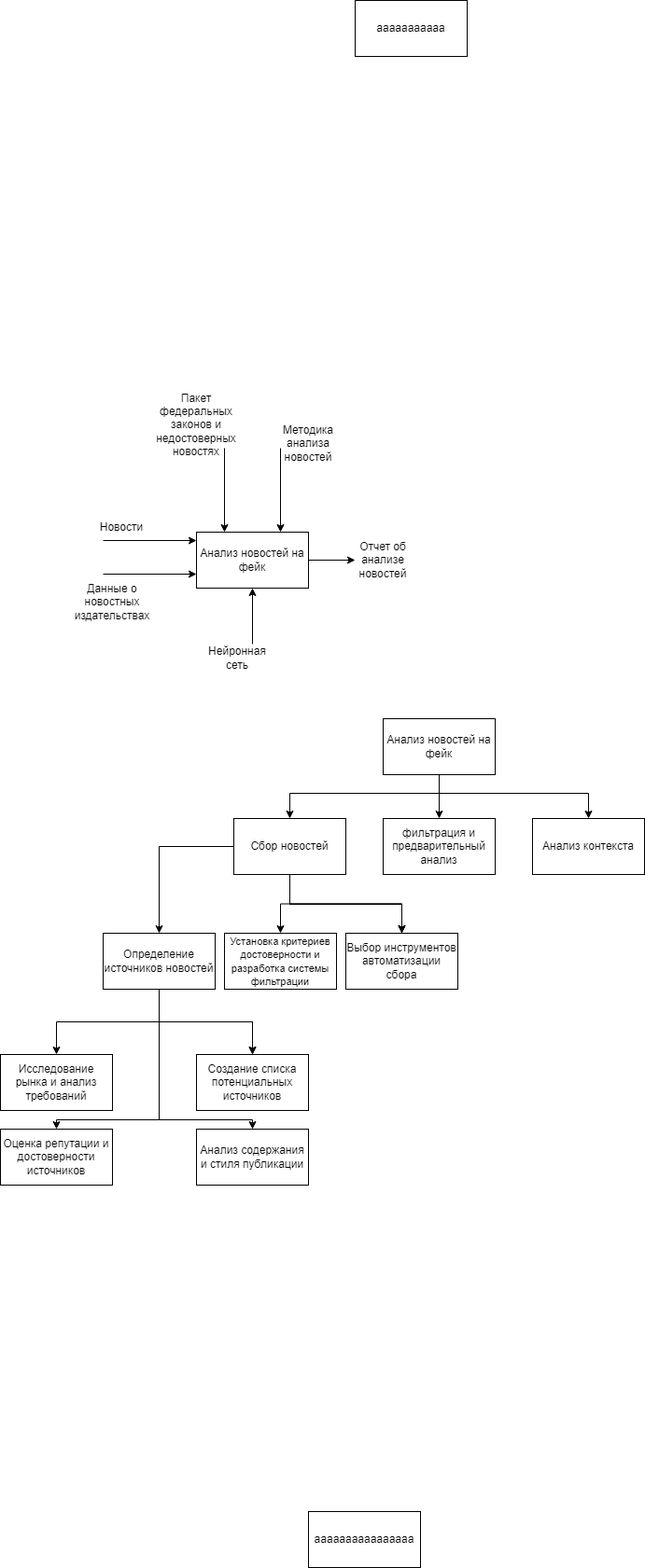
Earlier version of the draw.io export декмопозиця + ЧЯ.drawio.png (IlyaMolchanovv/TPPO). Source tidied: cells renumbered, new cells last; positions are measured from the earlier drawing's top-left corner, leaving out a move shared by most shapes.
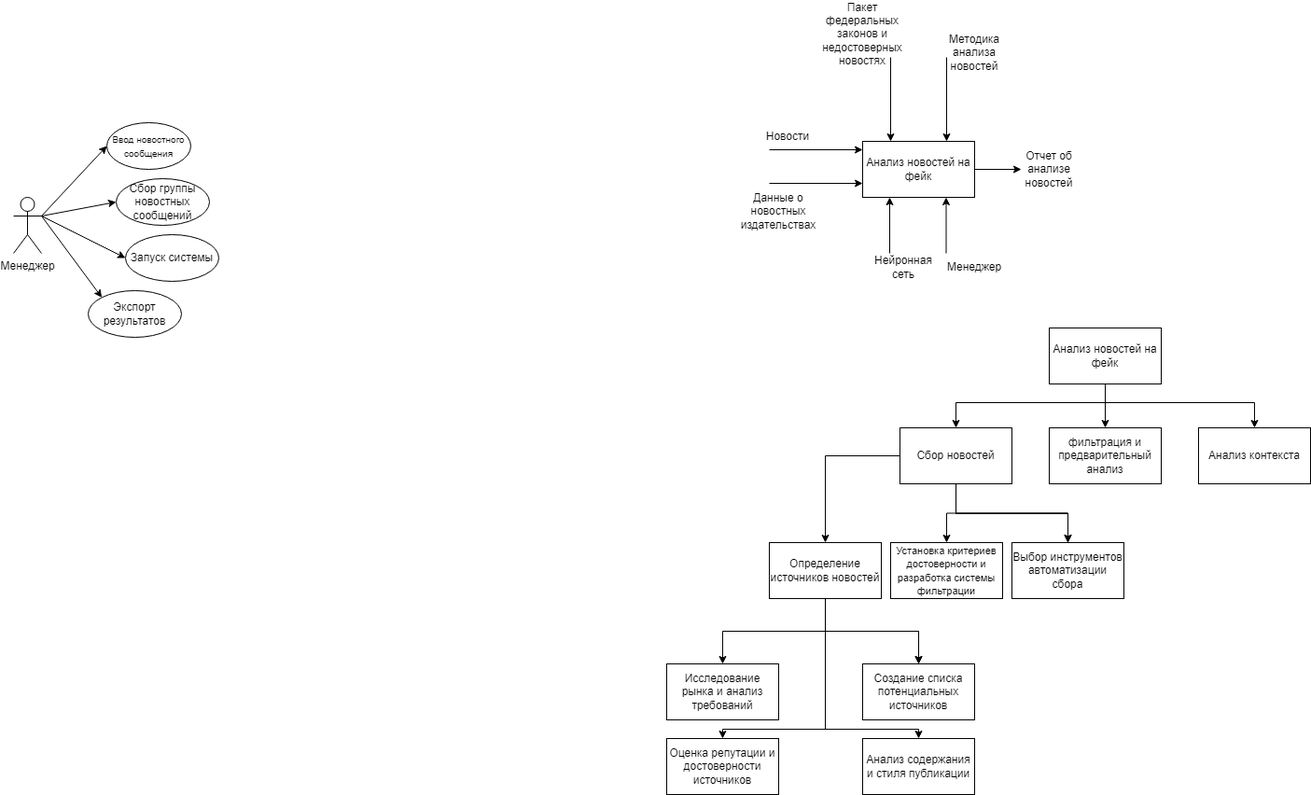
After the commit.

What changed in the source:
```diff
@@ -1,4 +1,4 @@
-<mxGraphModel>
+<mxGraphModel background="#ffffff">
   <root>
     <mxCell id="0" />
     <mxCell id="1" parent="0" />
@@ -32,9 +32,10 @@
     <mxCell id="8" value="Данные о новостных издательствах" style="text;html=1;strokeColor=none;fillColor=none;align=center;verticalAlign=middle;whiteSpace=wrap;rounded=0;" parent="1" vertex="1">
       <mxGeometry x="90" y="630" width="60" height="30" as="geometry" />
     </mxCell>
-    <mxCell id="9" style="endArrow=classic;html=1;rounded=0;entryX=0.5;entryY=1;entryDx=0;entryDy=0;" parent="1" edge="1" target="2">
+    <mxCell id="9" style="endArrow=classic;html=1;rounded=0;entryX=0.5;entryY=1;entryDx=0;entryDy=0;" parent="1" edge="1">
       <mxGeometry relative="1" as="geometry">
-        <mxPoint x="270" y="690" as="sourcePoint" />
+        <mxPoint x="239" y="690" as="sourcePoint" />
+        <mxPoint x="239" y="630" as="targetPoint" />
       </mxGeometry>
     </mxCell>
     <mxCell id="10" value="Нейронная сеть" style="text;html=1;strokeColor=none;fillColor=none;align=center;verticalAlign=middle;whiteSpace=wrap;rounded=0;" parent="1" vertex="1">
@@ -151,11 +152,41 @@
     <mxCell id="38" value="Анализ содержания и стиля публикации" style="rounded=0;whiteSpace=wrap;html=1;" parent="1" vertex="1">
       <mxGeometry x="210" y="1210" width="120" height="60" as="geometry" />
     </mxCell>
-    <mxCell id="39" value="аааааааааааааааа" style="rounded=0;whiteSpace=wrap;html=1;" parent="1" vertex="1">
-      <mxGeometry x="330" y="1620" width="120" height="60" as="geometry" />
-    </mxCell>
-    <mxCell id="40" value="ааааааааааа" style="rounded=0;whiteSpace=wrap;html=1;" parent="1" vertex="1">
-      <mxGeometry x="380" width="120" height="60" as="geometry" />
-    </mxCell>
+    <mxCell id="41" style="endArrow=classic;html=1;rounded=0;entryX=0.5;entryY=1;entryDx=0;entryDy=0;" parent="1" edge="1">
+      <mxGeometry relative="1" as="geometry">
+        <mxPoint x="299.5" y="690" as="sourcePoint" />
+        <mxPoint x="299.5" y="630" as="targetPoint" />
+      </mxGeometry>
+    </mxCell>
+    <mxCell id="42" value="Менеджер" style="text;html=1;strokeColor=none;fillColor=none;align=center;verticalAlign=middle;whiteSpace=wrap;rounded=0;" parent="1" vertex="1">
+      <mxGeometry x="300" y="690" width="60" height="30" as="geometry" />
+    </mxCell>
+    <mxCell id="43" value="Менеджер" style="shape=umlActor;verticalLabelPosition=bottom;verticalAlign=top;html=1;outlineConnect=0;comic=0;backgroundOutline=0;fixDash=0;snapToPoint=0;enumerate=0;" parent="1" vertex="1">
+      <mxGeometry x="-700" y="630" width="30" height="60" as="geometry" />
+    </mxCell>
+    <mxCell id="44" value="&lt;font style=&quot;font-size: 10px;&quot;&gt;Ввод новостного сообщения&lt;/font&gt;" style="ellipse;whiteSpace=wrap;html=1;" parent="1" vertex="1">
+      <mxGeometry x="-600" y="550" width="90" height="50" as="geometry" />
+    </mxCell>
+    <mxCell id="45" value="Сбор группы новостных сообщений" style="ellipse;whiteSpace=wrap;html=1;" parent="1" vertex="1">
+      <mxGeometry x="-590" y="610" width="100" height="50" as="geometry" />
+    </mxCell>
+    <mxCell id="46" value="Запуск системы" style="ellipse;whiteSpace=wrap;html=1;" parent="1" vertex="1">
+      <mxGeometry x="-580" y="670" width="100" height="50" as="geometry" />
+    </mxCell>
+    <mxCell id="47" value="Экспорт результатов" style="ellipse;whiteSpace=wrap;html=1;" parent="1" vertex="1">
+      <mxGeometry x="-620" y="730" width="100" height="50" as="geometry" />
+    </mxCell>
+    <mxCell id="48" style="endArrow=classic;html=1;rounded=0;exitX=1;exitY=0.3333333333333333;exitDx=0;exitDy=0;exitPerimeter=0;entryX=0;entryY=0.5;entryDx=0;entryDy=0;" parent="1" edge="1" source="43" target="44">
+      <mxGeometry relative="1" as="geometry" />
+    </mxCell>
+    <mxCell id="49" style="endArrow=classic;html=1;rounded=0;exitX=1;exitY=0.3333333333333333;exitDx=0;exitDy=0;exitPerimeter=0;entryX=0;entryY=0.5;entryDx=0;entryDy=0;" parent="1" edge="1" source="43" target="45">
+      <mxGeometry relative="1" as="geometry" />
+    </mxCell>
+    <mxCell id="50" style="endArrow=classic;html=1;rounded=0;exitX=1;exitY=0.3333333333333333;exitDx=0;exitDy=0;exitPerimeter=0;entryX=0;entryY=0.5;entryDx=0;entryDy=0;" parent="1" edge="1" source="43" target="46">
+      <mxGeometry relative="1" as="geometry" />
+    </mxCell>
+    <mxCell id="51" style="endArrow=classic;html=1;rounded=0;exitX=1;exitY=0.3333333333333333;exitDx=0;exitDy=0;exitPerimeter=0;entryX=0;entryY=0;entryDx=0;entryDy=0;" parent="1" edge="1" source="43" target="47">
+      <mxGeometry relative="1" as="geometry" />
+    </mxCell>
   </root>
 </mxGraphModel>
```
